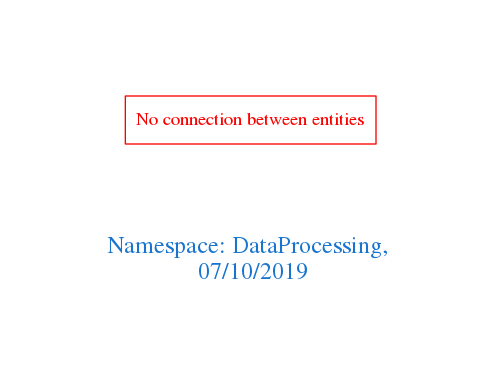
The Graphviz diagram downloads/DataProcessing.png in arago/OGIT, before a commit. Its source is kept beside it as downloads/DataProcessing.dot.
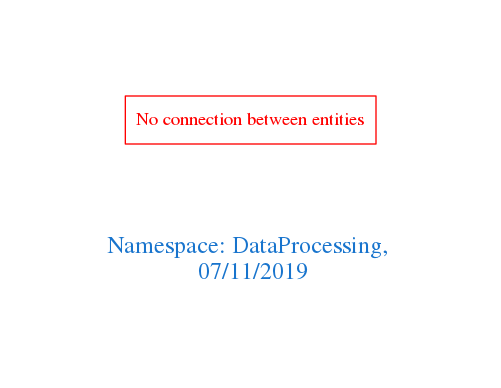
Above is the later version.

What changed in the source:
```diff
@@ -1,7 +1,7 @@
 digraph OGIT_ontology {
  graph [ rankdir= LR,pad=1
 fontsize = 18,
-fontcolor= dodgerblue3,label = "\n\n\nNamespace: DataProcessing, \n 07/10/2019"];
+fontcolor= dodgerblue3,label = "\n\n\nNamespace: DataProcessing, \n 07/11/2019"];
 node[shape=polygon];
 edge [  color="gray81"];
 
```
